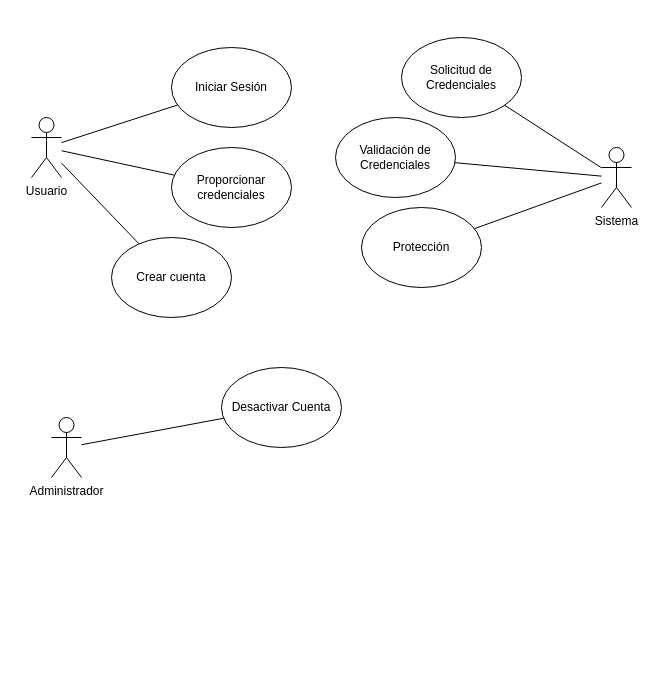
The draw.io diagram Log-in(actores).drawio in jer3456/hello, before the edit. Source tidied: cells renumbered, new cells numbered last; positions are measured from the earlier drawing's top-left corner, leaving out a move shared by most shapes. Both pictures are drawn from the tidied source at 100%, with x=0, y=0 at pixel (31, 37).
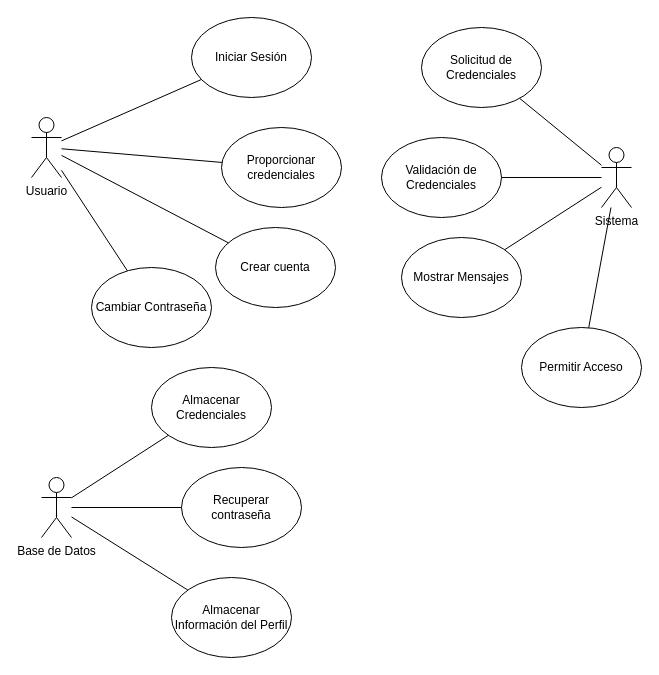
After the change.

The change refers to these unchanged cells:
```xml
<mxCell id="2" value="Usuario" style="shape=umlActor;verticalLabelPosition=bottom;verticalAlign=top;html=1;outlineConnect=0;" parent="1" vertex="1">
  <mxGeometry y="80" width="30" height="60" as="geometry" />
</mxCell>
<mxCell id="3" value="Sistema" style="shape=umlActor;verticalLabelPosition=bottom;verticalAlign=top;html=1;outlineConnect=0;" parent="1" vertex="1">
  <mxGeometry x="570" y="110" width="30" height="60" as="geometry" />
</mxCell>
```

What changed in the source:
```diff
@@
     <mxCell id="4" value="Iniciar Sesión" style="ellipse;whiteSpace=wrap;html=1;" parent="1" vertex="1">
-      <mxGeometry x="140" y="10" width="120" height="80" as="geometry" />
+      <mxGeometry x="160" y="-20" width="120" height="80" as="geometry" />
     </mxCell>
     <mxCell id="5" value="Crear cuenta" style="ellipse;whiteSpace=wrap;html=1;" parent="1" vertex="1">
-      <mxGeometry x="80" y="200" width="120" height="80" as="geometry" />
+      <mxGeometry x="184" y="190" width="120" height="80" as="geometry" />
     </mxCell>
     <mxCell id="6" value="Proporcionar credenciales" style="ellipse;whiteSpace=wrap;html=1;" parent="1" vertex="1">
-      <mxGeometry x="140" y="110" width="120" height="80" as="geometry" />
+      <mxGeometry x="190" y="90" width="120" height="80" as="geometry" />
     </mxCell>
     <mxCell id="7" value="Solicitud de Credenciales" style="ellipse;whiteSpace=wrap;html=1;" parent="1" vertex="1">
-      <mxGeometry x="370" width="120" height="80" as="geometry" />
+      <mxGeometry x="390" y="-10" width="120" height="80" as="geometry" />
     </mxCell>
     <mxCell id="8" value="Validación de Credenciales" style="ellipse;whiteSpace=wrap;html=1;" parent="1" vertex="1">
-      <mxGeometry x="304" y="80" width="120" height="80" as="geometry" />
+      <mxGeometry x="350" y="100" width="120" height="80" as="geometry" />
     </mxCell>
-    <mxCell id="9" value="Protección" style="ellipse;whiteSpace=wrap;html=1;" parent="1" vertex="1">
-      <mxGeometry x="330" y="170" width="120" height="80" as="geometry" />
+    <mxCell id="9" value="Mostrar Mensajes" style="ellipse;whiteSpace=wrap;html=1;" parent="1" vertex="1">
+      <mxGeometry x="370" y="200" width="120" height="80" as="geometry" />
     </mxCell>
@@
-    <mxCell id="16" value="Administrador" style="shape=umlActor;verticalLabelPosition=bottom;verticalAlign=top;html=1;outlineConnect=0;" parent="1" vertex="1">
-      <mxGeometry x="20" y="380" width="30" height="60" as="geometry" />
+    <mxCell id="16" value="Base de Datos" style="shape=umlActor;verticalLabelPosition=bottom;verticalAlign=top;html=1;outlineConnect=0;" parent="1" vertex="1">
+      <mxGeometry x="10" y="440" width="30" height="60" as="geometry" />
     </mxCell>
-    <mxCell id="17" value="Desactivar Cuenta" style="ellipse;whiteSpace=wrap;html=1;" parent="1" vertex="1">
-      <mxGeometry x="190" y="330" width="120" height="80" as="geometry" />
+    <mxCell id="17" value="Almacenar Credenciales" style="ellipse;whiteSpace=wrap;html=1;" parent="1" vertex="1">
+      <mxGeometry x="120" y="330" width="120" height="80" as="geometry" />
     </mxCell>
@@
+    <mxCell id="19" value="Recuperar contraseña" style="ellipse;whiteSpace=wrap;html=1;" parent="1" vertex="1">
+      <mxGeometry x="150" y="430" width="120" height="80" as="geometry" />
+    </mxCell>
+    <mxCell id="20" style="endArrow=none;html=1;rounded=0;" parent="1" edge="1" source="16" target="19">
+      <mxGeometry relative="1" as="geometry" />
+    </mxCell>
+    <mxCell id="21" value="Almacenar Información del Perfil" style="ellipse;whiteSpace=wrap;html=1;" parent="1" vertex="1">
+      <mxGeometry x="140" y="540" width="120" height="80" as="geometry" />
+    </mxCell>
+    <mxCell id="22" style="endArrow=none;html=1;rounded=0;" parent="1" edge="1" source="16" target="21">
+      <mxGeometry relative="1" as="geometry" />
+    </mxCell>
+    <mxCell id="23" value="Permitir Acceso" style="ellipse;whiteSpace=wrap;html=1;" parent="1" vertex="1">
+      <mxGeometry x="490" y="290" width="120" height="80" as="geometry" />
+    </mxCell>
+    <mxCell id="24" style="endArrow=none;html=1;rounded=0;" parent="1" edge="1" source="23" target="3">
+      <mxGeometry relative="1" as="geometry" />
+    </mxCell>
+    <mxCell id="25" value="Cambiar Contraseña" style="ellipse;whiteSpace=wrap;html=1;" parent="1" vertex="1">
+      <mxGeometry x="60" y="230" width="120" height="80" as="geometry" />
+    </mxCell>
+    <mxCell id="26" style="endArrow=none;html=1;rounded=0;" parent="1" edge="1" source="25" target="2">
+      <mxGeometry relative="1" as="geometry" />
+    </mxCell>
```
